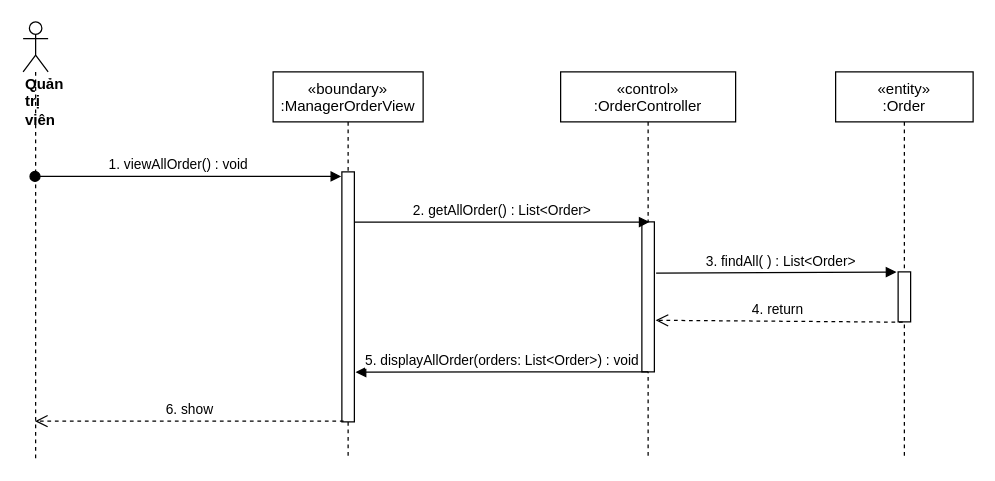
Earlier version of the draw.io diagram sequence diagram/view-Order-manager-sequence.drawio (nguyenphamvan/datn_20202). Source tidied: cells renumbered, new cells numbered last; positions are measured from the earlier drawing's top-left corner, leaving out a move shared by most shapes. Both pictures are drawn from the tidied source at 125%, with x=0, y=0 at pixel (22, 21).
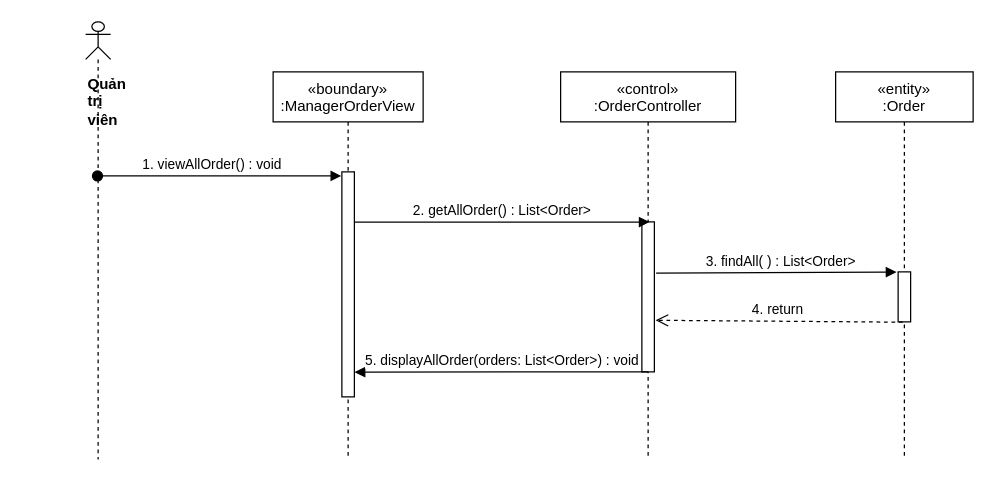
After the change.

What changed in the source:
```diff
@@
 <mxGraphModel>
   <root>
     <mxCell id="0" />
     <mxCell id="1" parent="0" />
     <mxCell id="2" value="«boundary»&#10;:ManagerOrderView" style="shape=umlLifeline;perimeter=lifelinePerimeter;rounded=0;shadow=0;strokeWidth=1;" parent="1" vertex="1">
       <mxGeometry x="200" y="40" width="120" height="310" as="geometry" />
     </mxCell>
     <mxCell id="3" style="points=[];perimeter=orthogonalPerimeter;rounded=0;shadow=0;strokeWidth=1;" parent="2" vertex="1">
-      <mxGeometry x="55" y="80" width="10" height="200" as="geometry" />
+      <mxGeometry x="55" y="80" width="10" height="180" as="geometry" />
     </mxCell>
     <mxCell id="4" value="«control»&#10;:OrderController" style="shape=umlLifeline;perimeter=lifelinePerimeter;rounded=0;shadow=0;strokeWidth=1;" parent="1" vertex="1">
       <mxGeometry x="430" y="40" width="140" height="310" as="geometry" />
     </mxCell>
     <mxCell id="5" style="points=[];perimeter=orthogonalPerimeter;rounded=0;shadow=0;strokeWidth=1;" parent="4" vertex="1">
       <mxGeometry x="65" y="120" width="10" height="120" as="geometry" />
     </mxCell>
-    <mxCell id="6" value="&lt;div&gt;&lt;b&gt;Quản trị viên&lt;/b&gt;&lt;/div&gt;" style="shape=umlLifeline;participant=umlActor;perimeter=lifelinePerimeter;whiteSpace=wrap;html=1;verticalAlign=top;spacingTop=36;outlineConnect=0;align=left;" parent="1" vertex="1">
-      <mxGeometry width="20" height="350" as="geometry" />
+    <mxCell id="6" value="&lt;div&gt;&lt;b&gt;Quản trị viên&lt;/b&gt;&lt;/div&gt;" style="shape=umlLifeline;participant=umlActor;perimeter=lifelinePerimeter;whiteSpace=wrap;html=1;verticalAlign=top;spacingTop=36;outlineConnect=0;align=left;size=30;" parent="1" vertex="1">
+      <mxGeometry x="50" width="20" height="350" as="geometry" />
     </mxCell>
     <mxCell id="7" value="1. viewAllOrder() : void" style="verticalAlign=bottom;startArrow=oval;endArrow=block;startSize=8;shadow=0;strokeWidth=1;entryX=-0.05;entryY=0.018;entryDx=0;entryDy=0;entryPerimeter=0;" parent="1" edge="1" source="6" target="3">
       <mxGeometry x="-0.06" relative="1" as="geometry" />
     </mxCell>
     <mxCell id="8" value="2. getAllOrder() : List&amp;lt;Order&amp;gt;" style="html=1;verticalAlign=bottom;endArrow=block;entryX=0.617;entryY=0.001;entryDx=0;entryDy=0;entryPerimeter=0;" parent="1" edge="1" source="3" target="5">
       <mxGeometry relative="1" as="geometry" />
     </mxCell>
     <mxCell id="9" value="«entity»&#10;:Order" style="shape=umlLifeline;perimeter=lifelinePerimeter;rounded=0;shadow=0;strokeWidth=1;" parent="1" vertex="1">
       <mxGeometry x="650" y="40" width="110" height="310" as="geometry" />
     </mxCell>
     <mxCell id="10" style="points=[];perimeter=orthogonalPerimeter;rounded=0;shadow=0;strokeWidth=1;" parent="9" vertex="1">
       <mxGeometry x="50" y="160" width="10" height="40" as="geometry" />
     </mxCell>
     <mxCell id="11" value="3. findAll( ) : List&amp;lt;Order&amp;gt;" style="html=1;verticalAlign=bottom;endArrow=block;entryX=-0.133;entryY=0.004;entryDx=0;entryDy=0;entryPerimeter=0;exitX=1.14;exitY=0.342;exitDx=0;exitDy=0;exitPerimeter=0;" parent="1" edge="1" source="5" target="10">
       <mxGeometry x="0.04" relative="1" as="geometry" />
     </mxCell>
     <mxCell id="12" value="4. return&amp;nbsp;" style="html=1;verticalAlign=bottom;endArrow=open;dashed=1;endSize=8;exitX=0.367;exitY=1.006;exitDx=0;exitDy=0;exitPerimeter=0;entryX=1.1;entryY=0.656;entryDx=0;entryDy=0;entryPerimeter=0;" parent="1" edge="1" source="10" target="5">
       <mxGeometry relative="1" as="geometry" />
     </mxCell>
-    <mxCell id="13" value="6. show" style="html=1;verticalAlign=bottom;endArrow=open;dashed=1;endSize=8;exitX=0.14;exitY=0.997;exitDx=0;exitDy=0;exitPerimeter=0;" parent="1" edge="1" source="3" target="6">
-      <mxGeometry relative="1" as="geometry" />
-    </mxCell>
-    <mxCell id="14" value="5. displayAllOrder(orders: List&amp;lt;Order&amp;gt;) : void" style="html=1;verticalAlign=bottom;endArrow=block;exitX=0.5;exitY=1;exitDx=0;exitDy=0;exitPerimeter=0;entryX=1.1;entryY=0.801;entryDx=0;entryDy=0;entryPerimeter=0;" parent="1" edge="1" source="5" target="3">
+    <mxCell id="14" value="5. displayAllOrder(orders: List&amp;lt;Order&amp;gt;) : void" style="html=1;verticalAlign=bottom;endArrow=block;exitX=0.5;exitY=1;exitDx=0;exitDy=0;exitPerimeter=0;entryX=1.02;entryY=0.89;entryDx=0;entryDy=0;entryPerimeter=0;" parent="1" edge="1" source="5" target="3">
       <mxGeometry relative="1" as="geometry" />
     </mxCell>
   </root>
 </mxGraphModel>
```
